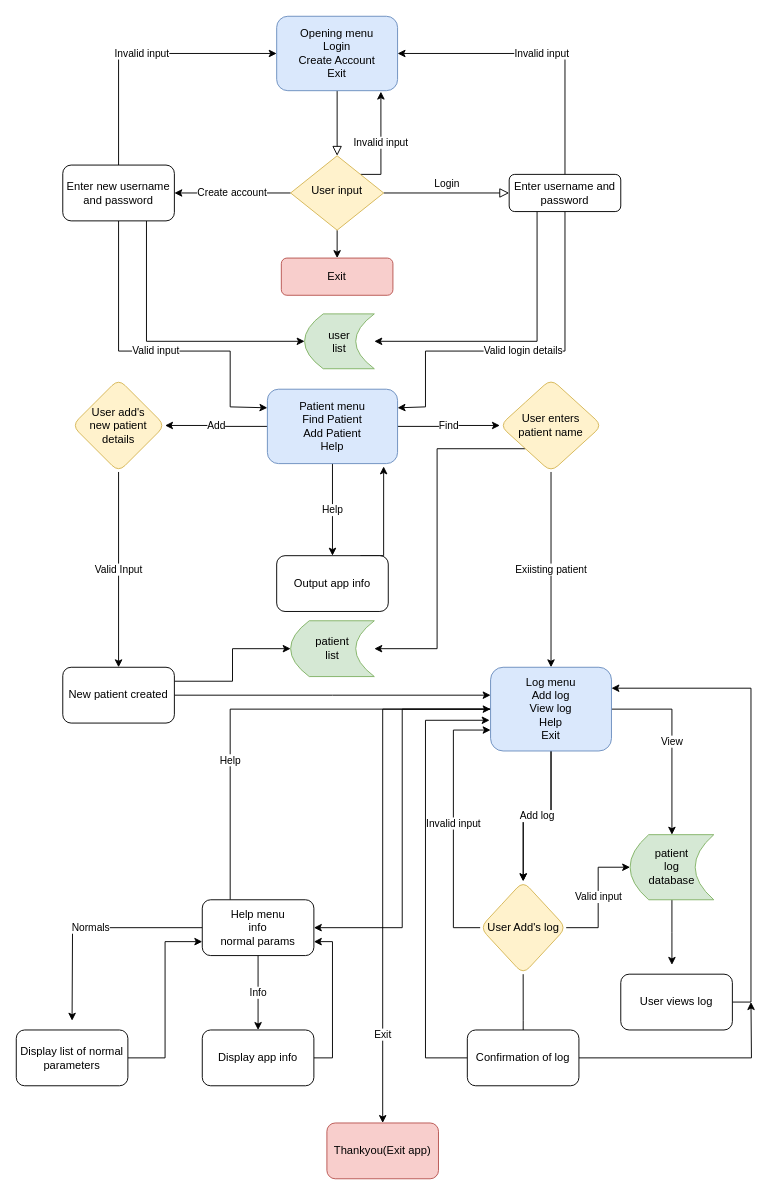
Before: Documents/AshlieGray_T1A3/docs/controlflow2.drawio in Ashlie-G/T1A3_2, a draw.io diagram. Source tidied: cells renumbered, new cells numbered last; positions are measured from the earlier drawing's top-left corner, leaving out a move shared by most shapes. Both pictures are drawn from the tidied source at 93%, with x=0, y=0 at pixel (16, 16).
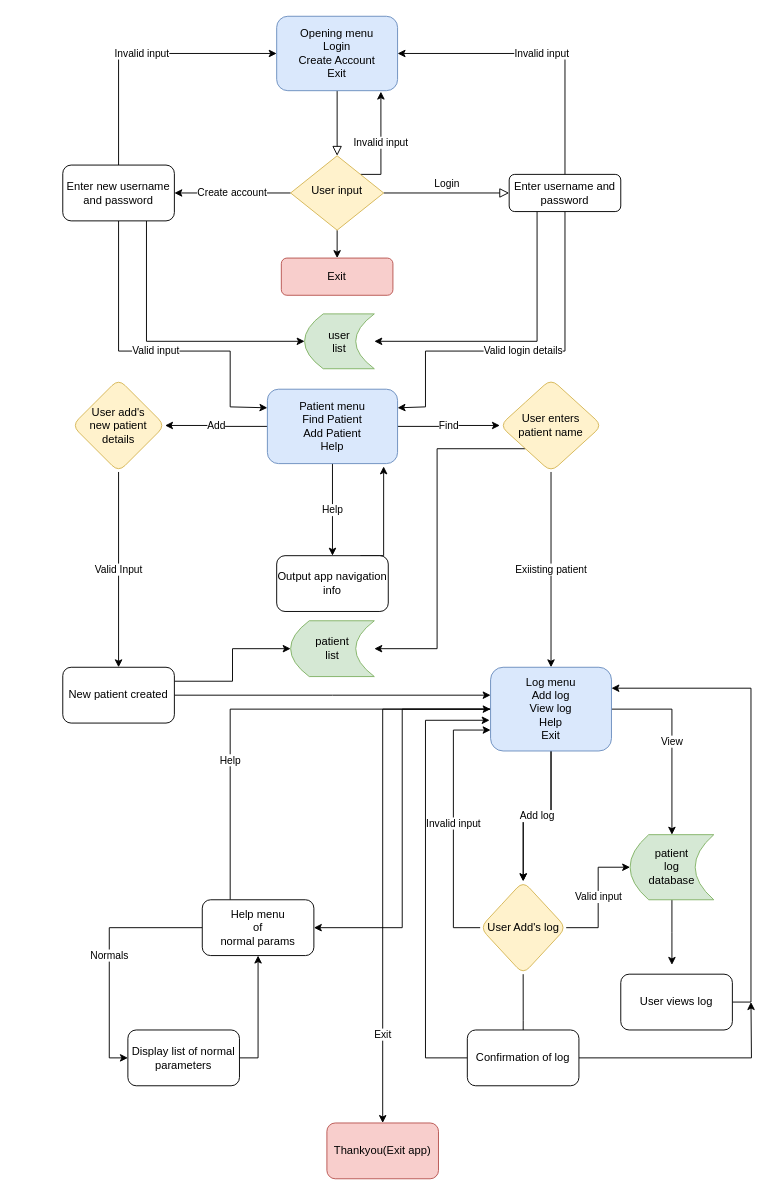
After the change.

Commit message (it also covers changes not shown here):
nearly finished readme.md, added colour to controlflow

Change to the diagram source:
```diff
@@
-    <mxCell id="28" value="Output app info" style="whiteSpace=wrap;html=1;rounded=1;" parent="1" vertex="1">
+    <mxCell id="28" value="Output app navigation info" style="whiteSpace=wrap;html=1;rounded=1;" parent="1" vertex="1">
       <mxGeometry x="280" y="580" width="120" height="60" as="geometry" />
     </mxCell>
@@
-    <mxCell id="52" value="Info" style="edgeStyle=orthogonalEdgeStyle;rounded=0;jettySize=auto;html=1;exitX=0.5;exitY=1;exitDx=0;exitDy=0;" parent="1" edge="1" source="55">
-      <mxGeometry relative="1" as="geometry">
-        <mxPoint x="260" y="1090" as="targetPoint" />
-      </mxGeometry>
-    </mxCell>
-    <mxCell id="53" value="Normals" style="edgeStyle=orthogonalEdgeStyle;rounded=0;jettySize=auto;html=1;exitX=0;exitY=0.5;exitDx=0;exitDy=0;" parent="1" edge="1" source="55">
-      <mxGeometry relative="1" as="geometry">
-        <mxPoint x="60" y="1080" as="targetPoint" />
-      </mxGeometry>
+    <mxCell id="53" value="Normals" style="edgeStyle=orthogonalEdgeStyle;rounded=0;jettySize=auto;html=1;exitX=0;exitY=0.5;exitDx=0;exitDy=0;entryX=0;entryY=0.5;entryDx=0;entryDy=0;" parent="1" edge="1" source="55" target="59">
+      <mxGeometry relative="1" as="geometry" />
     </mxCell>
@@
-    <mxCell id="55" value="Help menu&lt;br&gt;info&lt;br&gt;normal params&lt;br&gt;" style="rounded=1;whiteSpace=wrap;html=1;" parent="1" vertex="1">
+    <mxCell id="55" value="Help menu&lt;br&gt;of&lt;br&gt;normal params" style="rounded=1;whiteSpace=wrap;html=1;" parent="1" vertex="1">
       <mxGeometry x="200" y="950" width="120" height="60" as="geometry" />
     </mxCell>
-    <mxCell id="56" style="edgeStyle=orthogonalEdgeStyle;rounded=0;jettySize=auto;html=1;exitX=1;exitY=0.5;exitDx=0;exitDy=0;entryX=1;entryY=0.75;entryDx=0;entryDy=0;" parent="1" edge="1" source="57" target="55">
-      <mxGeometry relative="1" as="geometry" />
-    </mxCell>
-    <mxCell id="57" value="Display app info" style="rounded=1;whiteSpace=wrap;html=1;" parent="1" vertex="1">
-      <mxGeometry x="200" y="1090" width="120" height="60" as="geometry" />
-    </mxCell>
-    <mxCell id="58" style="edgeStyle=orthogonalEdgeStyle;rounded=0;jettySize=auto;html=1;exitX=1;exitY=0.5;exitDx=0;exitDy=0;entryX=0;entryY=0.75;entryDx=0;entryDy=0;" parent="1" edge="1" source="59" target="55">
+    <mxCell id="58" style="edgeStyle=orthogonalEdgeStyle;rounded=0;jettySize=auto;html=1;exitX=1;exitY=0.5;exitDx=0;exitDy=0;entryX=0.5;entryY=1;entryDx=0;entryDy=0;" parent="1" edge="1" source="59" target="55">
       <mxGeometry relative="1" as="geometry" />
     </mxCell>
     <mxCell id="59" value="Display list of normal parameters" style="rounded=1;whiteSpace=wrap;html=1;" parent="1" vertex="1">
-      <mxGeometry y="1090" width="120" height="60" as="geometry" />
+      <mxGeometry x="120" y="1090" width="120" height="60" as="geometry" />
     </mxCell>
```
